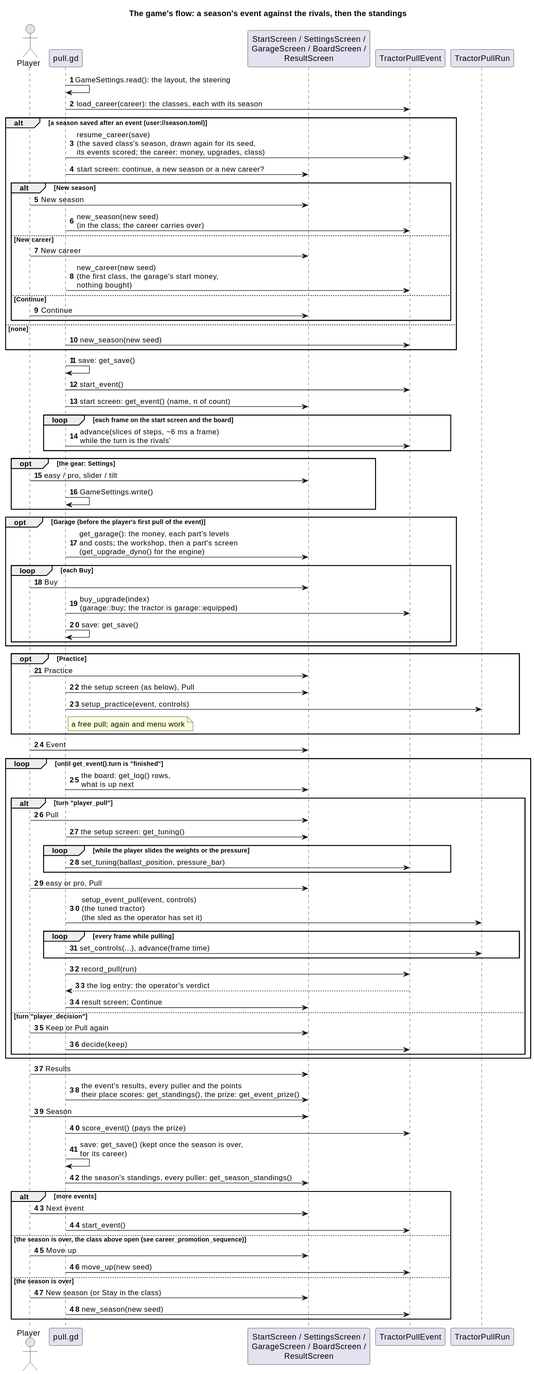
Earlier version of the PlantUML export docs/diagrams/svg/godot_run_flow_sequence.svg (wversteeg/TractorPulling).
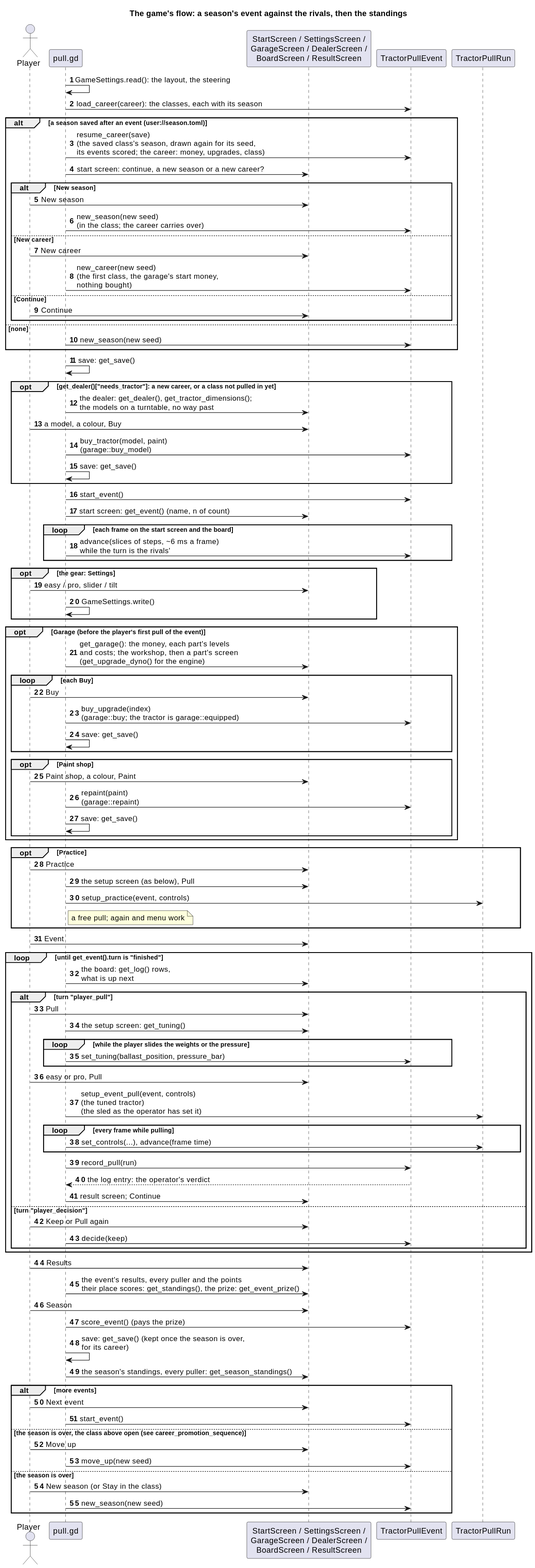
The same file after the commit.

Diff of the diagram source:
```diff
@@ -3,7 +3,7 @@
 autonumber
 actor Player
 participant "pull.gd" as Pull
-participant "StartScreen / SettingsScreen /\nGarageScreen / BoardScreen /\nResultScreen" as Screens
+participant "StartScreen / SettingsScreen /\nGarageScreen / DealerScreen /\nBoardScreen / ResultScreen" as Screens
 participant "TractorPullEvent" as Event
 participant "TractorPullRun" as Run
 
@@ -25,6 +25,12 @@
   Pull -> Event : new_season(new seed)
 end
 Pull -> Pull : save: get_save()
+opt get_dealer()["needs_tractor"]: a new career, or a class not pulled in yet
+  Pull -> Screens : the dealer: get_dealer(), get_tractor_dimensions();\nthe models on a turntable, no way past
+  Player -> Screens : a model, a colour, Buy
+  Pull -> Event : buy_tractor(model, paint)\n(garage::buy_model)
+  Pull -> Pull : save: get_save()
+end
 Pull -> Event : start_event()
 Pull -> Screens : start screen: get_event() (name, n of count)
 loop each frame on the start screen and the board
@@ -39,6 +45,11 @@
   loop each Buy
     Player -> Screens : Buy
     Pull -> Event : buy_upgrade(index)\n(garage::buy; the tractor is garage::equipped)
+    Pull -> Pull : save: get_save()
+  end
+  opt Paint shop
+    Player -> Screens : Paint shop, a colour, Paint
+    Pull -> Event : repaint(paint)\n(garage::repaint)
     Pull -> Pull : save: get_save()
   end
 end
```
